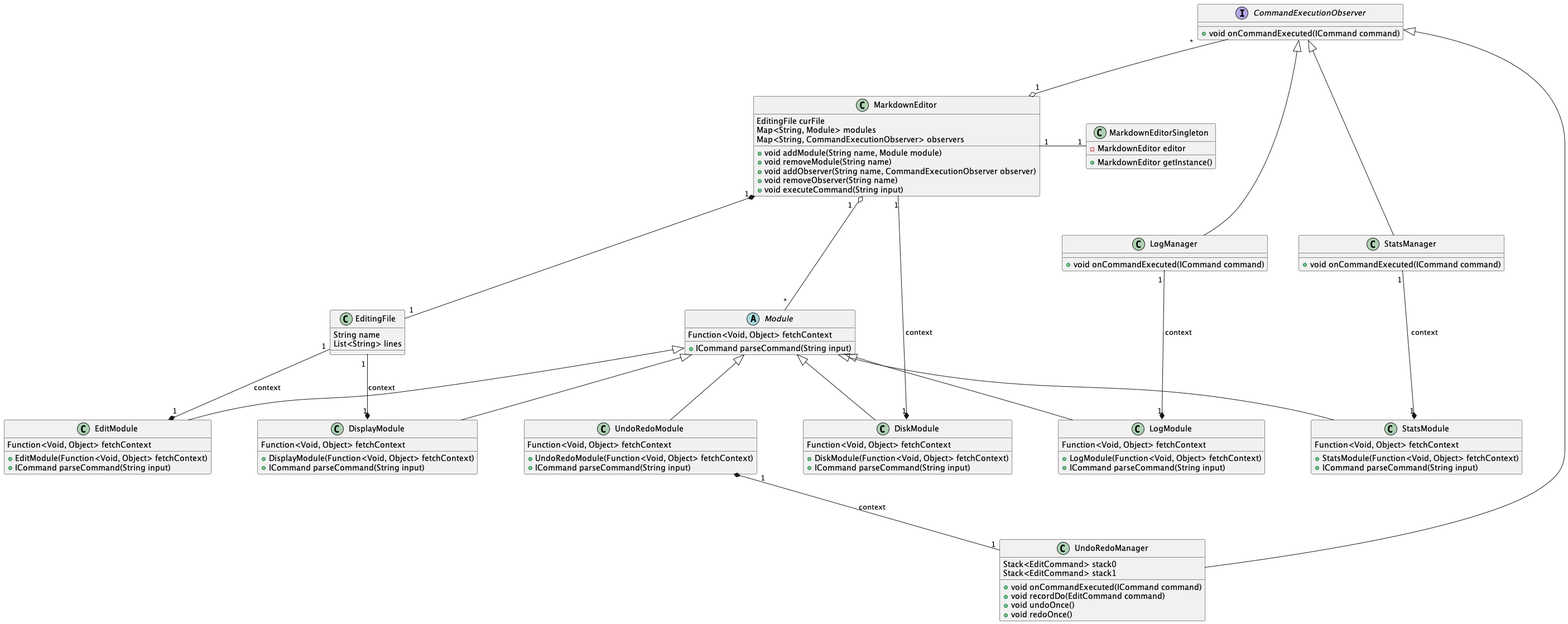
Before: lab1/uml_design/out/main/main.png, a diagram exported from PlantUML (niconiconi1234/asdt_lab_2023). The source it was exported from:
```plantuml
@startuml main

class MarkdownEditorSingleton {
    - MarkdownEditor editor
    + MarkdownEditor getInstance()
}

class MarkdownEditor {
    EditingFile curFile
    Map<String, Module> modules
    Map<String, CommandExecutionObserver> observers
    + void addModule(String name, Module module)
    + void removeModule(String name)
    + void addObserver(String name, CommandExecutionObserver observer)
    + void removeObserver(String name)
    + void executeCommand(String input)
}

MarkdownEditorSingleton "1" -left- "1" MarkdownEditor

class EditingFile {
    String name
    List<String> lines
}

EditingFile "1" -up-* "1" MarkdownEditor

class UndoRedoManager {
    Stack<EditCommand> stack0
    Stack<EditCommand> stack1
    + void onCommandExecuted(ICommand command)
    + void recordDo(EditCommand command)
    + void undoOnce()
    + void redoOnce()
}

UndoRedoManager "1" -up-* "1" UndoRedoModule : context

UndoRedoManager --|> CommandExecutionObserver

abstract class Module {
    Function<Void, Object> fetchContext
    + ICommand parseCommand(String input)
}

Module "*" -up-o "1" MarkdownEditor

class DiskModule {
    Function<Void, Object> fetchContext
    + DiskModule(Function<Void, Object> fetchContext)
    + ICommand parseCommand(String input)
}

MarkdownEditor "1" --* "1" DiskModule : context

class EditModule {
    Function<Void, Object> fetchContext
    + EditModule(Function<Void, Object> fetchContext)
    + ICommand parseCommand(String input)
}

EditingFile "1" --* "1" EditModule : context

class DisplayModule {
    Function<Void, Object> fetchContext
    + DisplayModule(Function<Void, Object> fetchContext)
    + ICommand parseCommand(String input)
}

EditingFile "1" --* "1" DisplayModule : context

class UndoRedoModule {
    Function<Void, Object> fetchContext
    + UndoRedoModule(Function<Void, Object> fetchContext)
    + ICommand parseCommand(String input)
}

class LogModule {
    Function<Void, Object> fetchContext
    + LogModule(Function<Void, Object> fetchContext)
    + ICommand parseCommand(String input)
}

class StatsModule {
    Function<Void, Object> fetchContext
    + StatsModule(Function<Void, Object> fetchContext)
    + ICommand parseCommand(String input)
}


DiskModule -up-|> Module

EditModule -up-|> Module

DisplayModule -up-|> Module

UndoRedoModule -up-|> Module

LogModule -up-|> Module

StatsModule -up-|> Module


interface CommandExecutionObserver {
    + void onCommandExecuted(ICommand command)
}

CommandExecutionObserver "*" --o "1" MarkdownEditor

class LogManager {
    + void onCommandExecuted(ICommand command)
}

LogManager -up-|> CommandExecutionObserver

LogManager "1" --* "1" LogModule : context

class StatsManager {
    + void onCommandExecuted(ICommand command)
}

StatsManager -up-|> CommandExecutionObserver

StatsManager "1" --* "1" StatsModule : context

@enduml
```
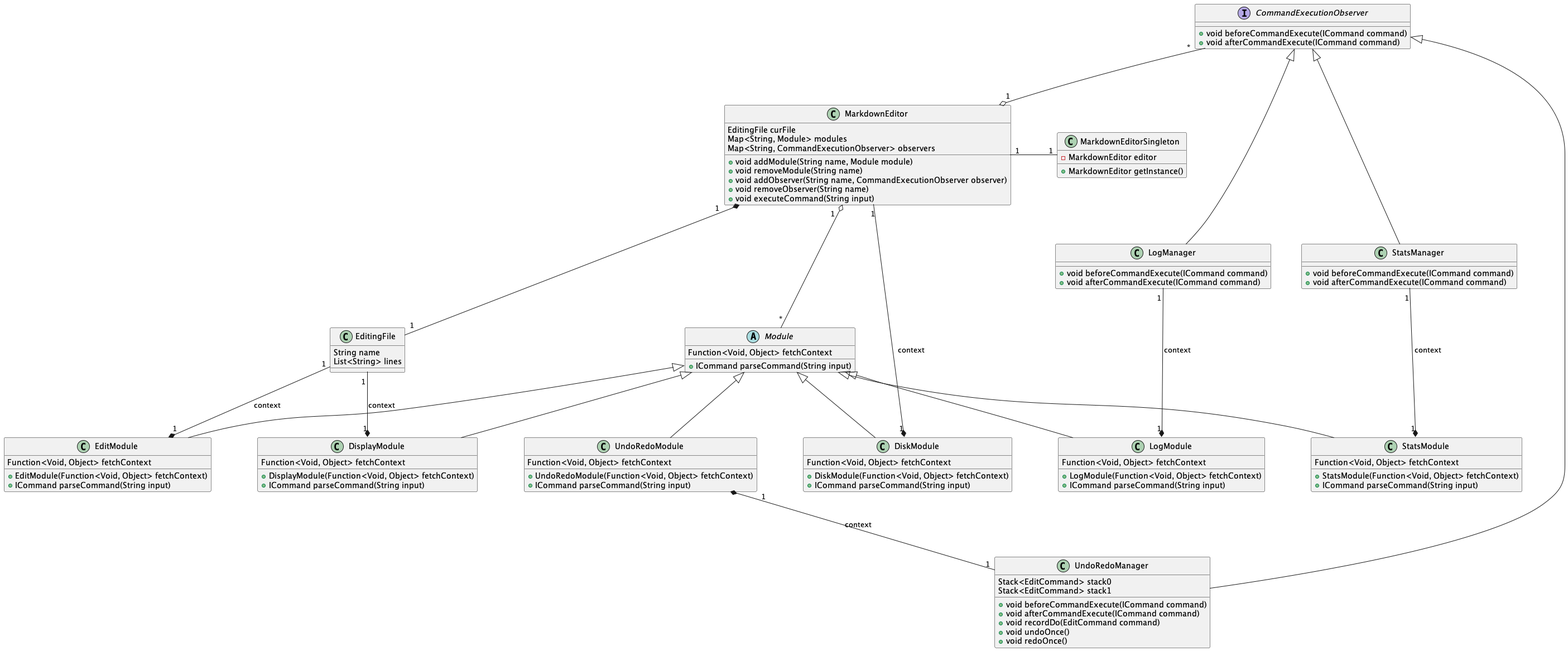
Later version of the same file.

Commit message:
[lab1] update uml design

The edit, as a diff of the source:
```diff
@@ -28,7 +28,8 @@
 class UndoRedoManager {
     Stack<EditCommand> stack0
     Stack<EditCommand> stack1
-    + void onCommandExecuted(ICommand command)
+    + void beforeCommandExecute(ICommand command)
+    + void afterCommandExecute(ICommand command)
     + void recordDo(EditCommand command)
     + void undoOnce()
     + void redoOnce()
@@ -102,13 +103,15 @@
 
 
 interface CommandExecutionObserver {
-    + void onCommandExecuted(ICommand command)
+    + void beforeCommandExecute(ICommand command)
+    + void afterCommandExecute(ICommand command)
 }
 
 CommandExecutionObserver "*" --o "1" MarkdownEditor
 
 class LogManager {
-    + void onCommandExecuted(ICommand command)
+    + void beforeCommandExecute(ICommand command)
+    + void afterCommandExecute(ICommand command)
 }
 
 LogManager -up-|> CommandExecutionObserver
@@ -116,7 +119,8 @@
 LogManager "1" --* "1" LogModule : context
 
 class StatsManager {
-    + void onCommandExecuted(ICommand command)
+    + void beforeCommandExecute(ICommand command)
+    + void afterCommandExecute(ICommand command)
 }
 
 StatsManager -up-|> CommandExecutionObserver
```
